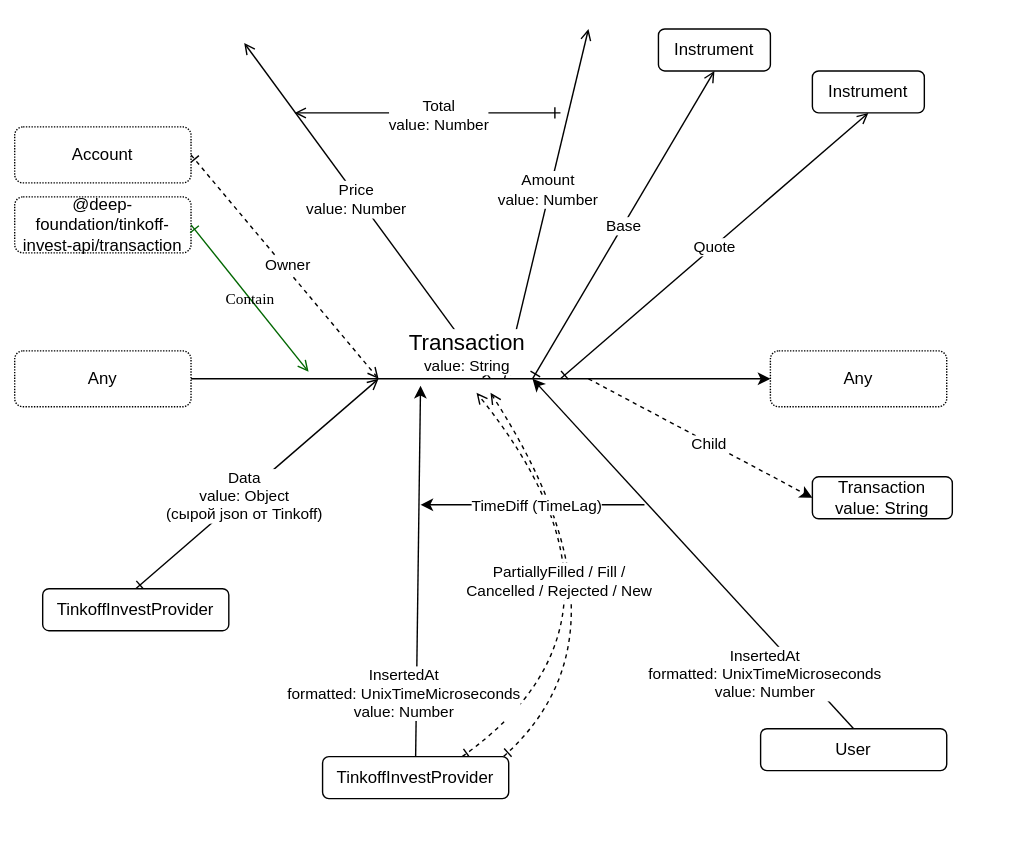
Above: src/transaction/Transaction.drawio.svg in suenot/deep-tinkoff-invest-api (draw.io), before the change. Source tidied: cells renumbered, new cells last; positions are measured from the earlier drawing's top-left corner, leaving out a move shared by most shapes.
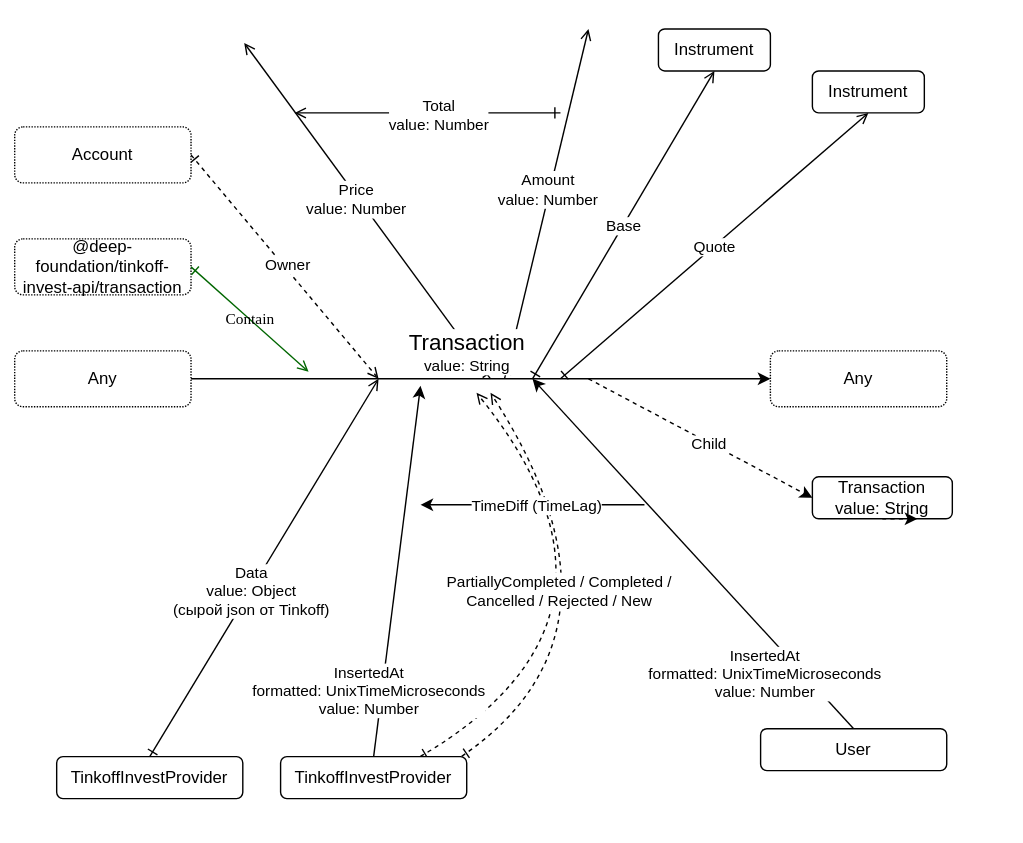
The same file after the commit.

Diff of the diagram source:
```diff
@@ -52,7 +52,7 @@
       <mxGeometry x="10" y="90" width="126" height="40" as="geometry" />
     </mxCell>
     <mxCell id="14" value="@deep-foundation/tinkoff-invest-api/transaction" style="rounded=1;whiteSpace=wrap;html=1;labelBackgroundColor=none;dashed=1;dashPattern=1 1;" parent="1" vertex="1">
-      <mxGeometry x="10" y="140" width="126" height="40" as="geometry" />
+      <mxGeometry x="10" y="170" width="126" height="40" as="geometry" />
     </mxCell>
     <mxCell id="15" value="Contain" style="jettySize=auto;html=1;shadow=0;labelBackgroundColor=none;startArrow=ERone;startFill=0;endArrow=open;endFill=0;fontColor=#000000;fontFamily=Comic Sans MS;exitX=1;exitY=0.5;exitDx=0;exitDy=0;strokeColor=#006600;" parent="1" edge="1" source="14">
       <mxGeometry relative="1" as="geometry">
@@ -105,7 +105,7 @@
         </Array>
       </mxGeometry>
     </mxCell>
-    <mxCell id="26" value="PartiallyFilled / Fill /&lt;br&gt;Cancelled / Rejected / New" style="edgeLabel;html=1;align=center;verticalAlign=middle;" parent="25" vertex="1">
+    <mxCell id="26" value="PartiallyCompleted / Completed /&lt;br&gt;Cancelled / Rejected / New" style="edgeLabel;html=1;align=center;verticalAlign=middle;" parent="25" vertex="1">
       <mxGeometry x="-0.16" y="2" relative="1" as="geometry">
         <mxPoint x="-56" y="-30" as="offset" />
       </mxGeometry>
@@ -116,7 +116,7 @@
       </mxGeometry>
     </mxCell>
     <mxCell id="28" value="TinkoffInvestProvider" style="rounded=1;whiteSpace=wrap;html=1;labelBackgroundColor=none;" parent="1" vertex="1">
-      <mxGeometry x="230" y="540" width="133" height="30" as="geometry" />
+      <mxGeometry x="200" y="540" width="133" height="30" as="geometry" />
     </mxCell>
     <mxCell id="29" style="edgeStyle=none;html=1;exitX=1;exitY=0.5;exitDx=0;exitDy=0;strokeColor=#000000;" parent="1" edge="1" source="31">
       <mxGeometry relative="1" as="geometry">
@@ -135,7 +135,7 @@
       <mxGeometry x="550" y="250" width="126" height="40" as="geometry" />
     </mxCell>
     <mxCell id="33" value="TinkoffInvestProvider" style="rounded=1;whiteSpace=wrap;html=1;labelBackgroundColor=none;" parent="1" vertex="1">
-      <mxGeometry x="30" y="420" width="133" height="30" as="geometry" />
+      <mxGeometry x="40" y="540" width="133" height="30" as="geometry" />
     </mxCell>
     <mxCell id="34" value="InsertedAt&lt;br&gt;formatted: UnixTimeMicroseconds&amp;nbsp;&lt;br&gt;value: Number" style="edgeStyle=none;html=1;exitX=0.5;exitY=0;exitDx=0;exitDy=0;" parent="1" edge="1" source="35">
       <mxGeometry x="-0.58" y="21" relative="1" as="geometry">
@@ -160,5 +160,8 @@
     <mxCell id="38" value="Transaction&lt;br&gt;value: String" style="rounded=1;whiteSpace=wrap;html=1;labelBackgroundColor=none;" parent="1" vertex="1">
       <mxGeometry x="580" y="340" width="100" height="30" as="geometry" />
     </mxCell>
+    <mxCell id="39" style="edgeStyle=none;curved=1;html=1;exitX=0.5;exitY=1;exitDx=0;exitDy=0;entryX=0.75;entryY=1;entryDx=0;entryDy=0;dashed=1;fontSize=11;strokeColor=#000000;" parent="1" edge="1" source="38" target="38">
+      <mxGeometry relative="1" as="geometry" />
+    </mxCell>
   </root>
 </mxGraphModel>
```
